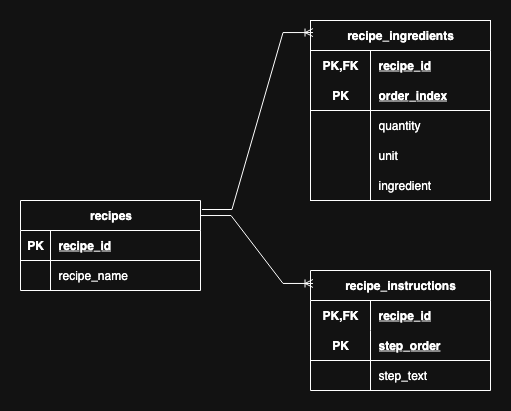
Before: assets/DatabaseDesign.png, a diagram exported from draw.io (gmhill/recipe-service). Source tidied: cells renumbered, new cells last; positions are measured from the earlier drawing's top-left corner, leaving out a move shared by most shapes. The source it was exported from:
```xml
<mxGraphModel>
  <root>
    <mxCell id="0" />
    <mxCell id="1" parent="0" />
    <mxCell id="2" value="recipe_ingredients" style="shape=table;startSize=30;rowLines=0;fontStyle=1;align=center;html=1;whiteSpace=wrap;" parent="1" vertex="1">
      <mxGeometry x="290" width="180" height="180" as="geometry" />
    </mxCell>
    <mxCell id="3" style="shape=tableRow;horizontal=0;startSize=0;swimlaneHead=0;swimlaneBody=0;fillColor=none;top=0;left=0;right=0;bottom=0;html=1;" parent="2" vertex="1">
      <mxGeometry y="30" width="180" height="30" as="geometry" />
    </mxCell>
    <mxCell id="4" value="PK,FK" style="shape=partialRectangle;fillColor=none;top=0;left=0;bottom=0;right=0;fontStyle=1;overflow=hidden;html=1;whiteSpace=wrap;" parent="3" vertex="1">
      <mxGeometry width="60" height="30" as="geometry" />
    </mxCell>
    <mxCell id="5" value="recipe_id" style="shape=partialRectangle;fillColor=none;top=0;left=0;bottom=0;right=0;align=left;spacingLeft=6;fontStyle=5;overflow=hidden;html=1;whiteSpace=wrap;" parent="3" vertex="1">
      <mxGeometry x="60" width="120" height="30" as="geometry" />
    </mxCell>
    <mxCell id="6" style="shape=tableRow;horizontal=0;startSize=0;swimlaneHead=0;swimlaneBody=0;fillColor=none;top=0;left=0;right=0;bottom=1;html=1;" parent="2" vertex="1">
      <mxGeometry y="60" width="180" height="30" as="geometry" />
    </mxCell>
    <mxCell id="7" value="PK" style="shape=partialRectangle;fillColor=none;top=0;left=0;bottom=0;right=0;fontStyle=1;overflow=hidden;html=1;whiteSpace=wrap;" parent="6" vertex="1">
      <mxGeometry width="60" height="30" as="geometry" />
    </mxCell>
    <mxCell id="8" value="order_index" style="shape=partialRectangle;fillColor=none;top=0;left=0;bottom=0;right=0;align=left;spacingLeft=6;fontStyle=5;overflow=hidden;html=1;whiteSpace=wrap;" parent="6" vertex="1">
      <mxGeometry x="60" width="120" height="30" as="geometry" />
    </mxCell>
    <mxCell id="9" style="shape=tableRow;horizontal=0;startSize=0;swimlaneHead=0;swimlaneBody=0;fillColor=none;top=0;left=0;right=0;bottom=0;html=1;" parent="2" vertex="1">
      <mxGeometry y="90" width="180" height="30" as="geometry" />
    </mxCell>
    <mxCell id="10" style="shape=partialRectangle;fillColor=none;top=0;left=0;bottom=0;right=0;overflow=hidden;html=1;whiteSpace=wrap;" parent="9" vertex="1">
      <mxGeometry width="60" height="30" as="geometry" />
    </mxCell>
    <mxCell id="11" value="quantity" style="shape=partialRectangle;fillColor=none;top=0;left=0;bottom=0;right=0;align=left;spacingLeft=6;overflow=hidden;html=1;whiteSpace=wrap;" parent="9" vertex="1">
      <mxGeometry x="60" width="120" height="30" as="geometry" />
    </mxCell>
    <mxCell id="12" style="shape=tableRow;horizontal=0;startSize=0;swimlaneHead=0;swimlaneBody=0;fillColor=none;top=0;left=0;right=0;bottom=0;html=1;" parent="2" vertex="1">
      <mxGeometry y="120" width="180" height="30" as="geometry" />
    </mxCell>
    <mxCell id="13" style="shape=partialRectangle;fillColor=none;top=0;left=0;bottom=0;right=0;overflow=hidden;html=1;whiteSpace=wrap;" parent="12" vertex="1">
      <mxGeometry width="60" height="30" as="geometry" />
    </mxCell>
    <mxCell id="14" value="unit" style="shape=partialRectangle;fillColor=none;top=0;left=0;bottom=0;right=0;align=left;spacingLeft=6;overflow=hidden;html=1;whiteSpace=wrap;" parent="12" vertex="1">
      <mxGeometry x="60" width="120" height="30" as="geometry" />
    </mxCell>
    <mxCell id="15" style="shape=tableRow;horizontal=0;startSize=0;swimlaneHead=0;swimlaneBody=0;fillColor=none;top=0;left=0;right=0;bottom=0;html=1;" parent="2" vertex="1">
      <mxGeometry y="150" width="180" height="30" as="geometry" />
    </mxCell>
    <mxCell id="16" style="shape=partialRectangle;fillColor=none;top=0;left=0;bottom=0;right=0;overflow=hidden;html=1;whiteSpace=wrap;" parent="15" vertex="1">
      <mxGeometry width="60" height="30" as="geometry" />
    </mxCell>
    <mxCell id="17" value="ingredient" style="shape=partialRectangle;fillColor=none;top=0;left=0;bottom=0;right=0;align=left;spacingLeft=6;overflow=hidden;html=1;whiteSpace=wrap;" parent="15" vertex="1">
      <mxGeometry x="60" width="120" height="30" as="geometry" />
    </mxCell>
    <mxCell id="18" value="recipe_instructions" style="shape=table;startSize=30;rowLines=0;fontStyle=1;align=center;html=1;whiteSpace=wrap;" parent="1" vertex="1">
      <mxGeometry x="290" y="250" width="180" height="120" as="geometry" />
    </mxCell>
    <mxCell id="19" style="shape=tableRow;horizontal=0;startSize=0;swimlaneHead=0;swimlaneBody=0;fillColor=none;top=0;left=0;right=0;bottom=0;html=1;" parent="18" vertex="1">
      <mxGeometry y="30" width="180" height="30" as="geometry" />
    </mxCell>
    <mxCell id="20" value="PK,FK" style="shape=partialRectangle;fillColor=none;top=0;left=0;bottom=0;right=0;fontStyle=1;overflow=hidden;html=1;whiteSpace=wrap;" parent="19" vertex="1">
      <mxGeometry width="60" height="30" as="geometry" />
    </mxCell>
    <mxCell id="21" value="recipe_id" style="shape=partialRectangle;fillColor=none;top=0;left=0;bottom=0;right=0;align=left;spacingLeft=6;fontStyle=5;overflow=hidden;html=1;whiteSpace=wrap;" parent="19" vertex="1">
      <mxGeometry x="60" width="120" height="30" as="geometry" />
    </mxCell>
    <mxCell id="22" style="shape=tableRow;horizontal=0;startSize=0;swimlaneHead=0;swimlaneBody=0;fillColor=none;top=0;left=0;right=0;bottom=1;html=1;" parent="18" vertex="1">
      <mxGeometry y="60" width="180" height="30" as="geometry" />
    </mxCell>
    <mxCell id="23" value="PK" style="shape=partialRectangle;fillColor=none;top=0;left=0;bottom=0;right=0;fontStyle=1;overflow=hidden;html=1;whiteSpace=wrap;" parent="22" vertex="1">
      <mxGeometry width="60" height="30" as="geometry" />
    </mxCell>
    <mxCell id="24" value="step_order" style="shape=partialRectangle;fillColor=none;top=0;left=0;bottom=0;right=0;align=left;spacingLeft=6;fontStyle=5;overflow=hidden;html=1;whiteSpace=wrap;" parent="22" vertex="1">
      <mxGeometry x="60" width="120" height="30" as="geometry" />
    </mxCell>
    <mxCell id="25" style="shape=tableRow;horizontal=0;startSize=0;swimlaneHead=0;swimlaneBody=0;fillColor=none;top=0;left=0;right=0;bottom=0;html=1;" parent="18" vertex="1">
      <mxGeometry y="90" width="180" height="30" as="geometry" />
    </mxCell>
    <mxCell id="26" style="shape=partialRectangle;fillColor=none;top=0;left=0;bottom=0;right=0;overflow=hidden;html=1;whiteSpace=wrap;" parent="25" vertex="1">
      <mxGeometry width="60" height="30" as="geometry" />
    </mxCell>
    <mxCell id="27" value="step_text" style="shape=partialRectangle;fillColor=none;top=0;left=0;bottom=0;right=0;align=left;spacingLeft=6;overflow=hidden;html=1;whiteSpace=wrap;" parent="25" vertex="1">
      <mxGeometry x="60" width="120" height="30" as="geometry" />
    </mxCell>
    <mxCell id="28" style="edgeStyle=entityRelationEdgeStyle;fontSize=12;html=1;endArrow=ERoneToMany;rounded=0;exitX=1.008;exitY=0.1;exitDx=0;exitDy=0;exitPerimeter=0;entryX=0.014;entryY=0.067;entryDx=0;entryDy=0;entryPerimeter=0;" parent="1" edge="1" source="30" target="2">
      <mxGeometry relative="1" as="geometry" />
    </mxCell>
    <mxCell id="29" style="edgeStyle=entityRelationEdgeStyle;fontSize=12;html=1;endArrow=ERoneToMany;rounded=0;exitX=1.003;exitY=0.167;exitDx=0;exitDy=0;exitPerimeter=0;entryX=0.014;entryY=0.108;entryDx=0;entryDy=0;entryPerimeter=0;" parent="1" edge="1" source="30" target="18">
      <mxGeometry relative="1" as="geometry" />
    </mxCell>
    <mxCell id="30" value="recipes" style="shape=table;startSize=30;rowLines=0;fontStyle=1;align=center;html=1;" parent="1" vertex="1">
      <mxGeometry y="180" width="180" height="90" as="geometry" />
    </mxCell>
    <mxCell id="31" style="shape=tableRow;horizontal=0;startSize=0;swimlaneHead=0;swimlaneBody=0;fillColor=none;top=0;left=0;right=0;bottom=1;" parent="30" vertex="1">
      <mxGeometry y="30" width="180" height="30" as="geometry" />
    </mxCell>
    <mxCell id="32" value="PK" style="shape=partialRectangle;fillColor=none;top=0;left=0;bottom=0;right=0;fontStyle=1;overflow=hidden;whiteSpace=wrap;html=1;" parent="31" vertex="1">
      <mxGeometry width="30" height="30" as="geometry" />
    </mxCell>
    <mxCell id="33" value="recipe_id" style="shape=partialRectangle;fillColor=none;top=0;left=0;bottom=0;right=0;align=left;spacingLeft=6;fontStyle=5;overflow=hidden;whiteSpace=wrap;html=1;" parent="31" vertex="1">
      <mxGeometry x="30" width="150" height="30" as="geometry" />
    </mxCell>
    <mxCell id="34" style="shape=tableRow;horizontal=0;startSize=0;swimlaneHead=0;swimlaneBody=0;fillColor=none;top=0;left=0;right=0;bottom=0;" parent="30" vertex="1">
      <mxGeometry y="60" width="180" height="30" as="geometry" />
    </mxCell>
    <mxCell id="35" style="shape=partialRectangle;fillColor=none;top=0;left=0;bottom=0;right=0;overflow=hidden;whiteSpace=wrap;html=1;" parent="34" vertex="1">
      <mxGeometry width="30" height="30" as="geometry" />
    </mxCell>
    <mxCell id="36" value="recipe_name" style="shape=partialRectangle;fillColor=none;top=0;left=0;bottom=0;right=0;align=left;spacingLeft=6;overflow=hidden;whiteSpace=wrap;html=1;" parent="34" vertex="1">
      <mxGeometry x="30" width="150" height="30" as="geometry" />
    </mxCell>
  </root>
</mxGraphModel>
```
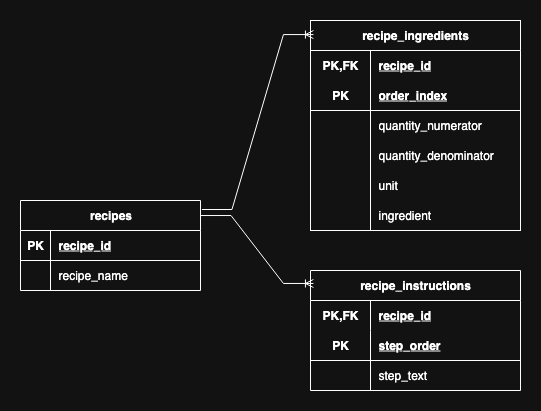
Above is the later version.

Commit message:
Update the database design to account for fractions

What changed in the source:
```diff
@@ -3,82 +3,91 @@
     <mxCell id="0" />
     <mxCell id="1" parent="0" />
     <mxCell id="2" value="recipe_ingredients" style="shape=table;startSize=30;rowLines=0;fontStyle=1;align=center;html=1;whiteSpace=wrap;" parent="1" vertex="1">
-      <mxGeometry x="290" width="180" height="180" as="geometry" />
+      <mxGeometry x="290" width="210" height="210" as="geometry" />
     </mxCell>
     <mxCell id="3" style="shape=tableRow;horizontal=0;startSize=0;swimlaneHead=0;swimlaneBody=0;fillColor=none;top=0;left=0;right=0;bottom=0;html=1;" parent="2" vertex="1">
-      <mxGeometry y="30" width="180" height="30" as="geometry" />
+      <mxGeometry y="30" width="210" height="30" as="geometry" />
     </mxCell>
     <mxCell id="4" value="PK,FK" style="shape=partialRectangle;fillColor=none;top=0;left=0;bottom=0;right=0;fontStyle=1;overflow=hidden;html=1;whiteSpace=wrap;" parent="3" vertex="1">
       <mxGeometry width="60" height="30" as="geometry" />
     </mxCell>
     <mxCell id="5" value="recipe_id" style="shape=partialRectangle;fillColor=none;top=0;left=0;bottom=0;right=0;align=left;spacingLeft=6;fontStyle=5;overflow=hidden;html=1;whiteSpace=wrap;" parent="3" vertex="1">
-      <mxGeometry x="60" width="120" height="30" as="geometry" />
+      <mxGeometry x="60" width="150" height="30" as="geometry" />
     </mxCell>
     <mxCell id="6" style="shape=tableRow;horizontal=0;startSize=0;swimlaneHead=0;swimlaneBody=0;fillColor=none;top=0;left=0;right=0;bottom=1;html=1;" parent="2" vertex="1">
-      <mxGeometry y="60" width="180" height="30" as="geometry" />
+      <mxGeometry y="60" width="210" height="30" as="geometry" />
     </mxCell>
     <mxCell id="7" value="PK" style="shape=partialRectangle;fillColor=none;top=0;left=0;bottom=0;right=0;fontStyle=1;overflow=hidden;html=1;whiteSpace=wrap;" parent="6" vertex="1">
       <mxGeometry width="60" height="30" as="geometry" />
     </mxCell>
     <mxCell id="8" value="order_index" style="shape=partialRectangle;fillColor=none;top=0;left=0;bottom=0;right=0;align=left;spacingLeft=6;fontStyle=5;overflow=hidden;html=1;whiteSpace=wrap;" parent="6" vertex="1">
-      <mxGeometry x="60" width="120" height="30" as="geometry" />
+      <mxGeometry x="60" width="150" height="30" as="geometry" />
     </mxCell>
     <mxCell id="9" style="shape=tableRow;horizontal=0;startSize=0;swimlaneHead=0;swimlaneBody=0;fillColor=none;top=0;left=0;right=0;bottom=0;html=1;" parent="2" vertex="1">
-      <mxGeometry y="90" width="180" height="30" as="geometry" />
+      <mxGeometry y="90" width="210" height="30" as="geometry" />
     </mxCell>
     <mxCell id="10" style="shape=partialRectangle;fillColor=none;top=0;left=0;bottom=0;right=0;overflow=hidden;html=1;whiteSpace=wrap;" parent="9" vertex="1">
       <mxGeometry width="60" height="30" as="geometry" />
     </mxCell>
-    <mxCell id="11" value="quantity" style="shape=partialRectangle;fillColor=none;top=0;left=0;bottom=0;right=0;align=left;spacingLeft=6;overflow=hidden;html=1;whiteSpace=wrap;" parent="9" vertex="1">
-      <mxGeometry x="60" width="120" height="30" as="geometry" />
+    <mxCell id="11" value="&lt;div&gt;quantity_numerator&lt;/div&gt;" style="shape=partialRectangle;fillColor=none;top=0;left=0;bottom=0;right=0;align=left;spacingLeft=6;overflow=hidden;html=1;whiteSpace=wrap;" parent="9" vertex="1">
+      <mxGeometry x="60" width="150" height="30" as="geometry" />
     </mxCell>
     <mxCell id="12" style="shape=tableRow;horizontal=0;startSize=0;swimlaneHead=0;swimlaneBody=0;fillColor=none;top=0;left=0;right=0;bottom=0;html=1;" parent="2" vertex="1">
-      <mxGeometry y="120" width="180" height="30" as="geometry" />
+      <mxGeometry y="120" width="210" height="30" as="geometry" />
     </mxCell>
     <mxCell id="13" style="shape=partialRectangle;fillColor=none;top=0;left=0;bottom=0;right=0;overflow=hidden;html=1;whiteSpace=wrap;" parent="12" vertex="1">
       <mxGeometry width="60" height="30" as="geometry" />
     </mxCell>
-    <mxCell id="14" value="unit" style="shape=partialRectangle;fillColor=none;top=0;left=0;bottom=0;right=0;align=left;spacingLeft=6;overflow=hidden;html=1;whiteSpace=wrap;" parent="12" vertex="1">
-      <mxGeometry x="60" width="120" height="30" as="geometry" />
+    <mxCell id="14" value="quantity_denominator" style="shape=partialRectangle;fillColor=none;top=0;left=0;bottom=0;right=0;align=left;spacingLeft=6;overflow=hidden;html=1;whiteSpace=wrap;" parent="12" vertex="1">
+      <mxGeometry x="60" width="150" height="30" as="geometry" />
     </mxCell>
     <mxCell id="15" style="shape=tableRow;horizontal=0;startSize=0;swimlaneHead=0;swimlaneBody=0;fillColor=none;top=0;left=0;right=0;bottom=0;html=1;" parent="2" vertex="1">
-      <mxGeometry y="150" width="180" height="30" as="geometry" />
+      <mxGeometry y="150" width="210" height="30" as="geometry" />
     </mxCell>
     <mxCell id="16" style="shape=partialRectangle;fillColor=none;top=0;left=0;bottom=0;right=0;overflow=hidden;html=1;whiteSpace=wrap;" parent="15" vertex="1">
       <mxGeometry width="60" height="30" as="geometry" />
     </mxCell>
-    <mxCell id="17" value="ingredient" style="shape=partialRectangle;fillColor=none;top=0;left=0;bottom=0;right=0;align=left;spacingLeft=6;overflow=hidden;html=1;whiteSpace=wrap;" parent="15" vertex="1">
-      <mxGeometry x="60" width="120" height="30" as="geometry" />
+    <mxCell id="17" value="unit" style="shape=partialRectangle;fillColor=none;top=0;left=0;bottom=0;right=0;align=left;spacingLeft=6;overflow=hidden;html=1;whiteSpace=wrap;" parent="15" vertex="1">
+      <mxGeometry x="60" width="150" height="30" as="geometry" />
     </mxCell>
+    <mxCell id="37" style="shape=tableRow;horizontal=0;startSize=0;swimlaneHead=0;swimlaneBody=0;fillColor=none;top=0;left=0;right=0;bottom=0;html=1;" parent="2" vertex="1">
+      <mxGeometry y="180" width="210" height="30" as="geometry" />
+    </mxCell>
+    <mxCell id="38" style="shape=partialRectangle;fillColor=none;top=0;left=0;bottom=0;right=0;overflow=hidden;html=1;whiteSpace=wrap;" parent="37" vertex="1">
+      <mxGeometry width="60" height="30" as="geometry" />
+    </mxCell>
+    <mxCell id="39" value="ingredient" style="shape=partialRectangle;fillColor=none;top=0;left=0;bottom=0;right=0;align=left;spacingLeft=6;overflow=hidden;html=1;whiteSpace=wrap;" parent="37" vertex="1">
+      <mxGeometry x="60" width="150" height="30" as="geometry" />
+    </mxCell>
     <mxCell id="18" value="recipe_instructions" style="shape=table;startSize=30;rowLines=0;fontStyle=1;align=center;html=1;whiteSpace=wrap;" parent="1" vertex="1">
-      <mxGeometry x="290" y="250" width="180" height="120" as="geometry" />
+      <mxGeometry x="290" y="250" width="210" height="120" as="geometry" />
     </mxCell>
     <mxCell id="19" style="shape=tableRow;horizontal=0;startSize=0;swimlaneHead=0;swimlaneBody=0;fillColor=none;top=0;left=0;right=0;bottom=0;html=1;" parent="18" vertex="1">
-      <mxGeometry y="30" width="180" height="30" as="geometry" />
+      <mxGeometry y="30" width="210" height="30" as="geometry" />
     </mxCell>
     <mxCell id="20" value="PK,FK" style="shape=partialRectangle;fillColor=none;top=0;left=0;bottom=0;right=0;fontStyle=1;overflow=hidden;html=1;whiteSpace=wrap;" parent="19" vertex="1">
       <mxGeometry width="60" height="30" as="geometry" />
     </mxCell>
     <mxCell id="21" value="recipe_id" style="shape=partialRectangle;fillColor=none;top=0;left=0;bottom=0;right=0;align=left;spacingLeft=6;fontStyle=5;overflow=hidden;html=1;whiteSpace=wrap;" parent="19" vertex="1">
-      <mxGeometry x="60" width="120" height="30" as="geometry" />
+      <mxGeometry x="60" width="150" height="30" as="geometry" />
     </mxCell>
     <mxCell id="22" style="shape=tableRow;horizontal=0;startSize=0;swimlaneHead=0;swimlaneBody=0;fillColor=none;top=0;left=0;right=0;bottom=1;html=1;" parent="18" vertex="1">
-      <mxGeometry y="60" width="180" height="30" as="geometry" />
+      <mxGeometry y="60" width="210" height="30" as="geometry" />
     </mxCell>
     <mxCell id="23" value="PK" style="shape=partialRectangle;fillColor=none;top=0;left=0;bottom=0;right=0;fontStyle=1;overflow=hidden;html=1;whiteSpace=wrap;" parent="22" vertex="1">
       <mxGeometry width="60" height="30" as="geometry" />
     </mxCell>
     <mxCell id="24" value="step_order" style="shape=partialRectangle;fillColor=none;top=0;left=0;bottom=0;right=0;align=left;spacingLeft=6;fontStyle=5;overflow=hidden;html=1;whiteSpace=wrap;" parent="22" vertex="1">
-      <mxGeometry x="60" width="120" height="30" as="geometry" />
+      <mxGeometry x="60" width="150" height="30" as="geometry" />
     </mxCell>
     <mxCell id="25" style="shape=tableRow;horizontal=0;startSize=0;swimlaneHead=0;swimlaneBody=0;fillColor=none;top=0;left=0;right=0;bottom=0;html=1;" parent="18" vertex="1">
-      <mxGeometry y="90" width="180" height="30" as="geometry" />
+      <mxGeometry y="90" width="210" height="30" as="geometry" />
     </mxCell>
     <mxCell id="26" style="shape=partialRectangle;fillColor=none;top=0;left=0;bottom=0;right=0;overflow=hidden;html=1;whiteSpace=wrap;" parent="25" vertex="1">
       <mxGeometry width="60" height="30" as="geometry" />
     </mxCell>
     <mxCell id="27" value="step_text" style="shape=partialRectangle;fillColor=none;top=0;left=0;bottom=0;right=0;align=left;spacingLeft=6;overflow=hidden;html=1;whiteSpace=wrap;" parent="25" vertex="1">
-      <mxGeometry x="60" width="120" height="30" as="geometry" />
+      <mxGeometry x="60" width="150" height="30" as="geometry" />
     </mxCell>
     <mxCell id="28" style="edgeStyle=entityRelationEdgeStyle;fontSize=12;html=1;endArrow=ERoneToMany;rounded=0;exitX=1.008;exitY=0.1;exitDx=0;exitDy=0;exitPerimeter=0;entryX=0.014;entryY=0.067;entryDx=0;entryDy=0;entryPerimeter=0;" parent="1" edge="1" source="30" target="2">
       <mxGeometry relative="1" as="geometry" />
```
